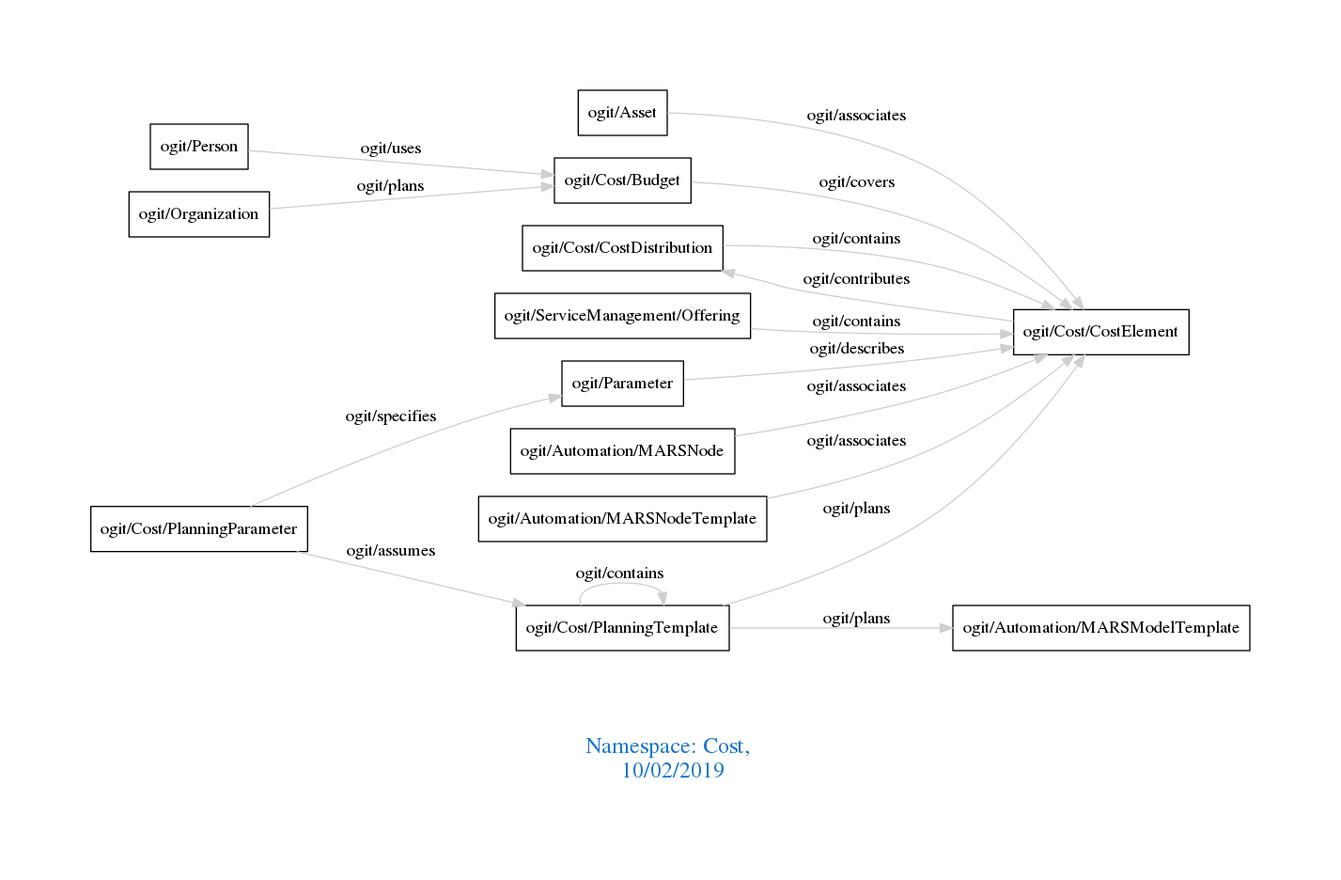
Before: downloads/Cost.png, a diagram exported from Graphviz (arago/OGIT). Its source is kept beside it as downloads/Cost.dot.
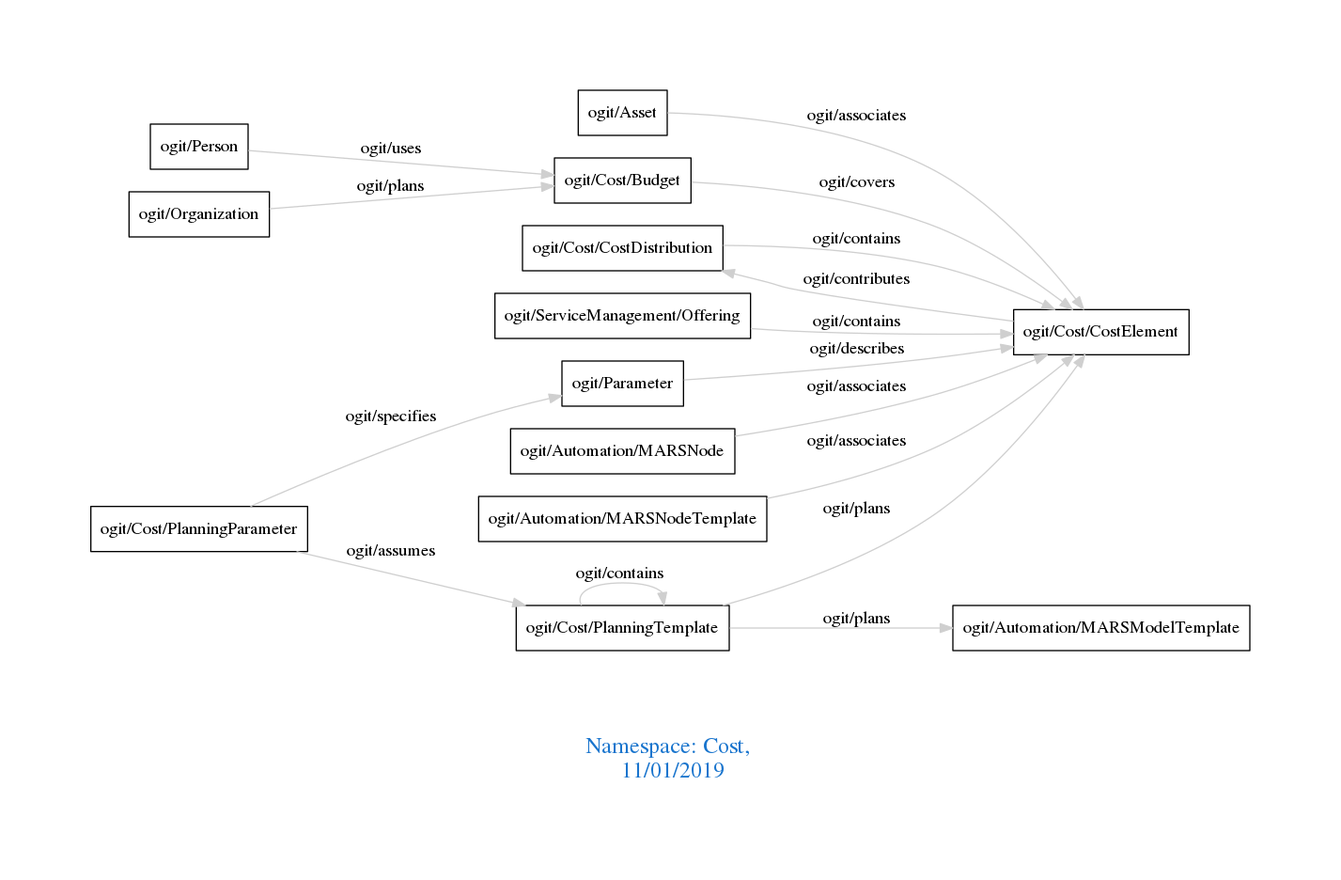
After the change.

Change to the diagram source:
```diff
@@ -1,7 +1,7 @@
 digraph OGIT_ontology {
  graph [ rankdir= LR,pad=1
 fontsize = 18,
-fontcolor= dodgerblue3,label = "\n\n\nNamespace: Cost, \n 10/02/2019"];
+fontcolor= dodgerblue3,label = "\n\n\nNamespace: Cost, \n 11/01/2019"];
 node[shape=polygon];
 edge [  color="gray81"];
 
```
